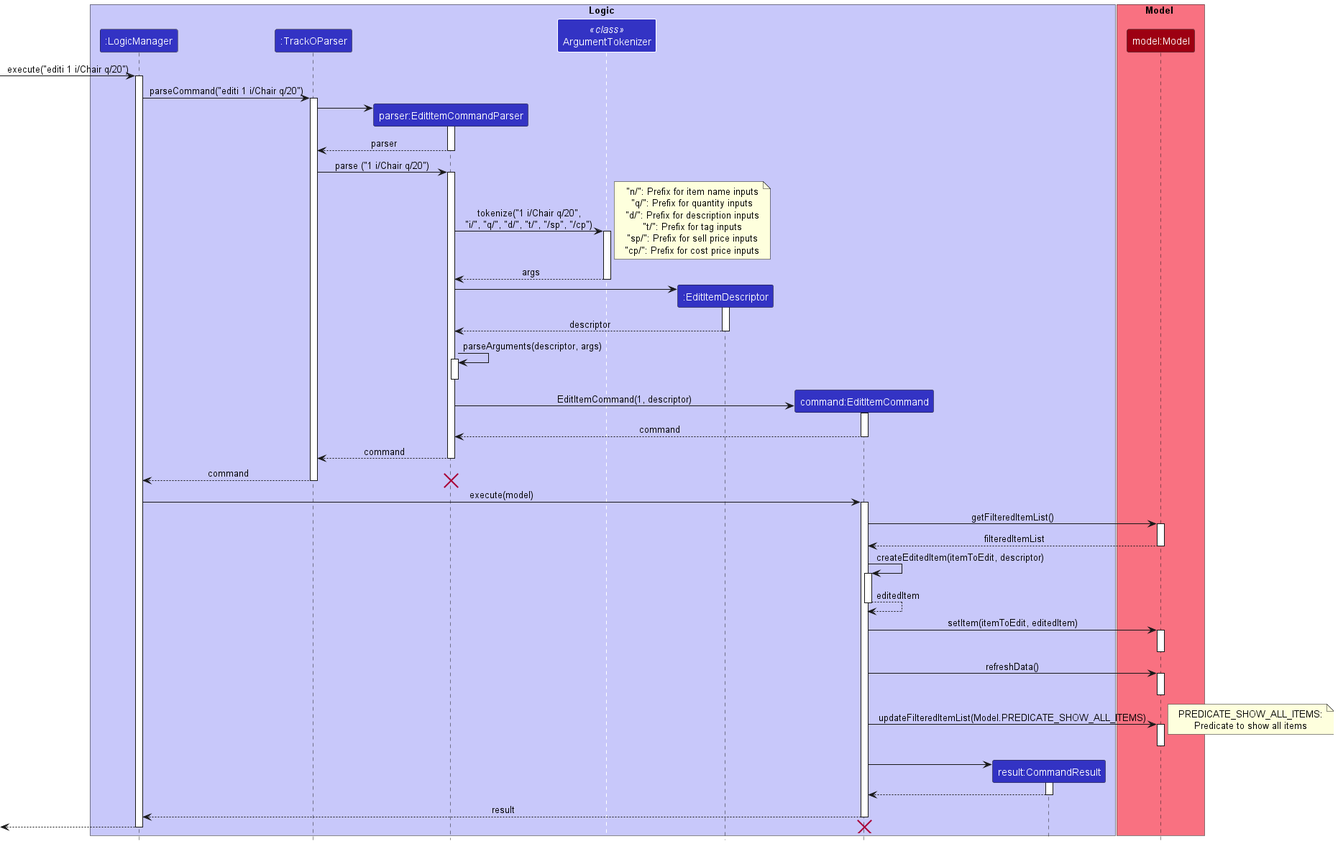
Above: docs/images/developer-guide/EditItemSequenceDiagram.png in nus-cs2103-AY2223S1/tp (PlantUML), before the change.
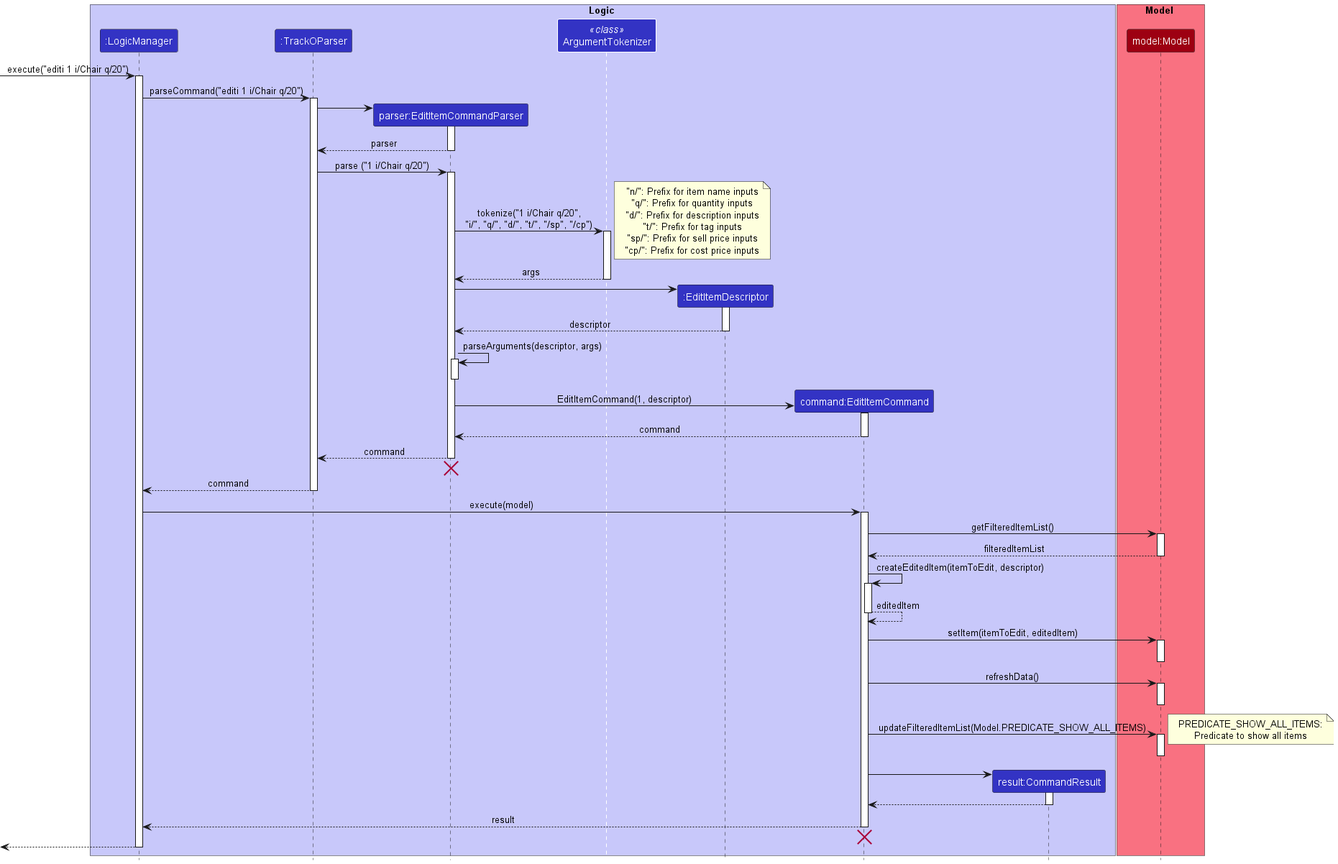
Above is the later version.

Diff of the diagram source:
```diff
@@ -58,10 +58,11 @@
 
 EditItemCommandParser --> TrackOParser : command
 deactivate EditItemCommandParser
+EditItemCommandParser -[hidden]-> TrackOParser
+destroy EditItemCommandParser
 
 TrackOParser --> LogicManager : command
 deactivate TrackOParser
-destroy EditItemCommandParser
 
 LogicManager -> EditItemCommand : execute(model)
 activate EditItemCommand
@@ -100,9 +101,10 @@
 
 EditItemCommand --> LogicManager : result
 deactivate EditItemCommand
+EditItemCommand -[hidden]-> TrackOParser
+destroy EditItemCommand
 
 <--LogicManager
-destroy EditItemCommand
 deactivate LogicManager
 
 @enduml
```
